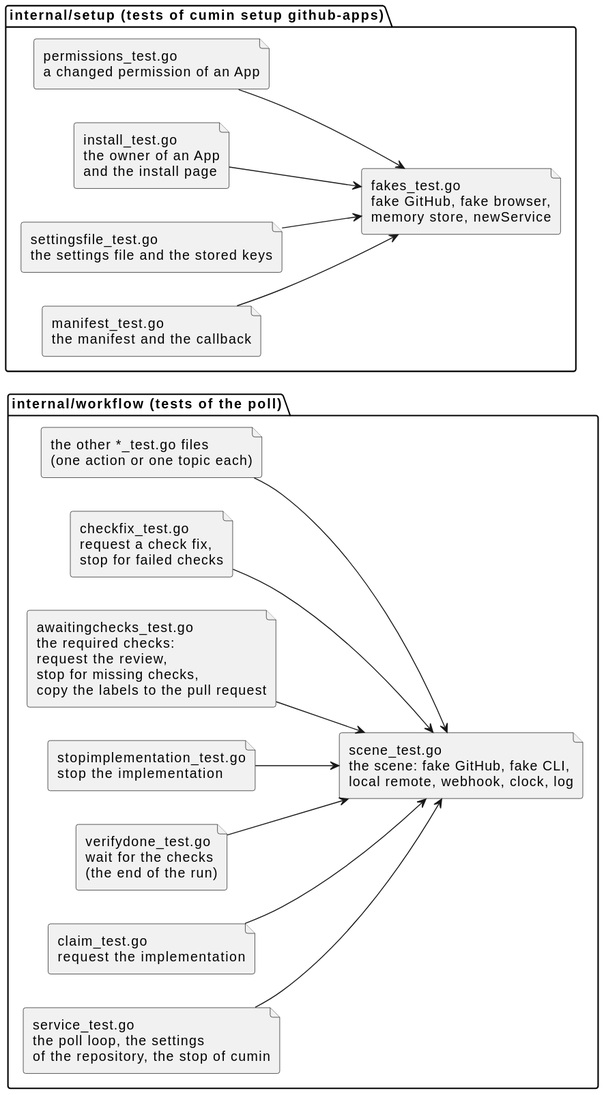
Earlier version of the PlantUML export docs/ja/designs/code-layout-files.svg (cloveclovedev/cumin-works).
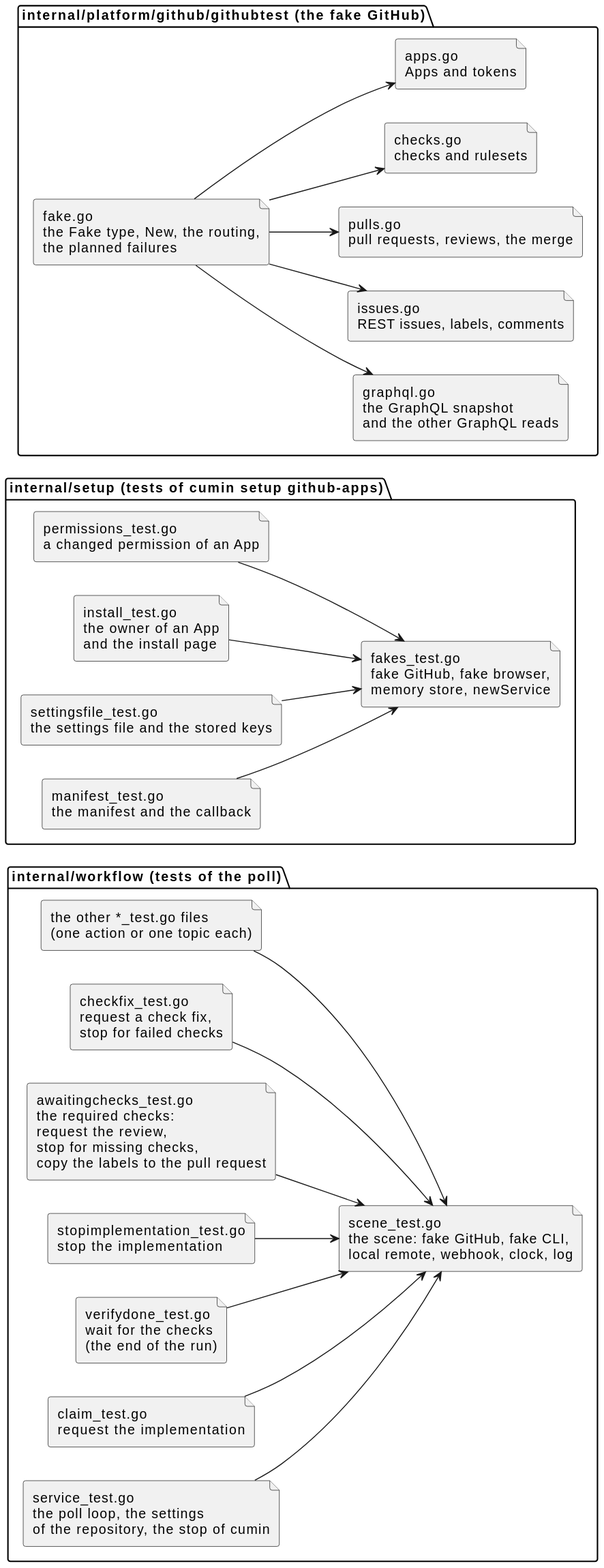
Above is the later version.

Commit message:
test(githubtest): split the fake GitHub by endpoint group (#660)

Diff of the diagram source:
```diff
@@ -34,4 +34,19 @@
 settingsfile --> fakes
 install --> fakes
 permissions --> fakes
+
+package "internal/platform/github/githubtest (the fake GitHub)" {
+  file "fake.go\nthe Fake type, New, the routing,\nthe planned failures" as fake
+  file "graphql.go\nthe GraphQL snapshot\nand the other GraphQL reads" as fakegraphql
+  file "issues.go\nREST issues, labels, comments" as fakeissues
+  file "pulls.go\npull requests, reviews, the merge" as fakepulls
+  file "checks.go\nchecks and rulesets" as fakechecks
+  file "apps.go\nApps and tokens" as fakeapps
+}
+
+fake --> fakegraphql
+fake --> fakeissues
+fake --> fakepulls
+fake --> fakechecks
+fake --> fakeapps
 @enduml
```
